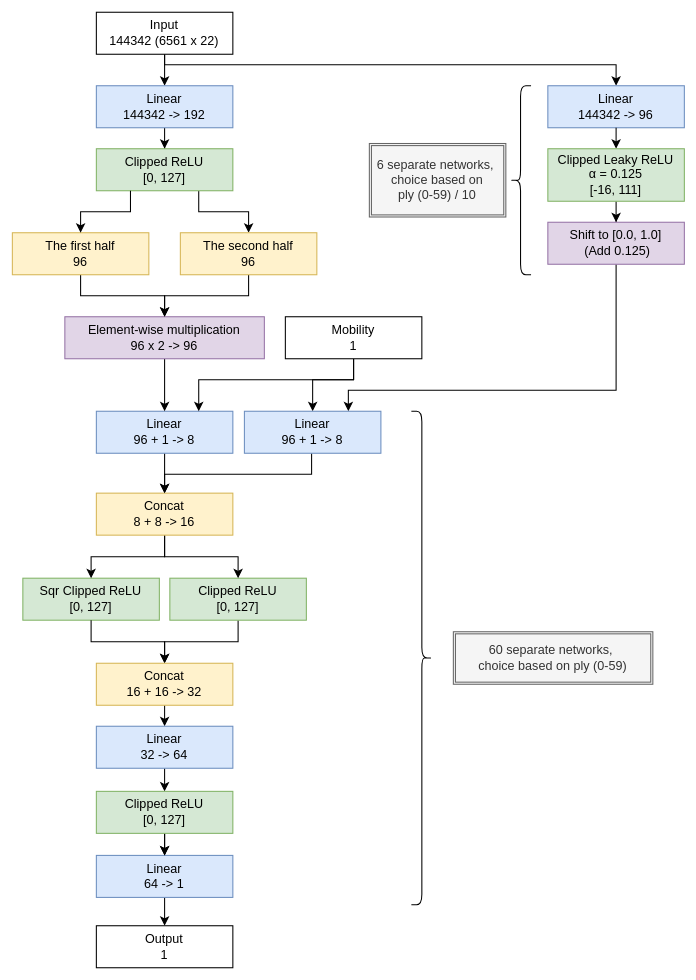
Before: docs/img/nn_architecture.svg, a diagram exported from draw.io (natsutteatsuiyone/neural-reversi). Source tidied: cells renumbered, new cells last; positions are measured from the earlier drawing's top-left corner, leaving out a move shared by most shapes.
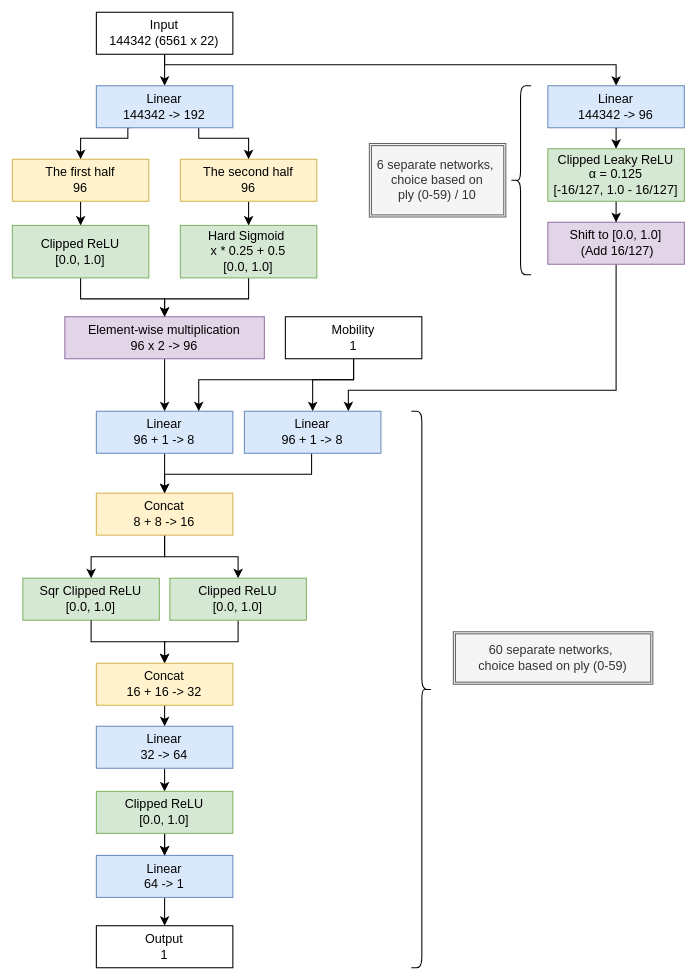
The same diagram one commit later.

Commit message:
docs: Update architecture diagram

The edit, as a diff of the source:
```diff
@@ -37,7 +37,7 @@
       <mxGeometry x="80" y="680" width="130" height="40" as="geometry" />
     </mxCell>
     <mxCell id="11" style="shape=curlyBracket;whiteSpace=wrap;html=1;rounded=1;flipH=1;" parent="1" vertex="1">
-      <mxGeometry x="380" y="380" width="20" height="470" as="geometry" />
+      <mxGeometry x="380" y="380" width="20" height="530" as="geometry" />
     </mxCell>
     <mxCell id="12" value="60 separate networks,&amp;nbsp;&lt;div&gt;choice based on ply (0-59)&lt;/div&gt;" style="shape=ext;double=1;rounded=0;whiteSpace=wrap;html=1;fillColor=#f5f5f5;fontColor=#333333;strokeColor=#666666;" parent="1" vertex="1">
       <mxGeometry x="420" y="590" width="190" height="50" as="geometry" />
@@ -56,51 +56,56 @@
     <mxCell id="16" style="edgeStyle=orthogonalEdgeStyle;rounded=0;jettySize=auto;html=1;" parent="1" edge="1" source="17" target="14">
       <mxGeometry relative="1" as="geometry" />
     </mxCell>
-    <mxCell id="17" value="Clipped ReLU&lt;div&gt;[0, 127]&lt;/div&gt;" style="rounded=0;whiteSpace=wrap;html=1;fillColor=#d5e8d4;strokeColor=#82b366;" parent="1" vertex="1">
+    <mxCell id="17" value="Clipped ReLU&lt;div&gt;[0.0, 1.0]&lt;/div&gt;" style="rounded=0;whiteSpace=wrap;html=1;fillColor=#d5e8d4;strokeColor=#82b366;" parent="1" vertex="1">
       <mxGeometry x="80" y="742" width="130" height="40" as="geometry" />
     </mxCell>
-    <mxCell id="18" style="edgeStyle=orthogonalEdgeStyle;rounded=0;jettySize=auto;html=1;entryX=0.5;entryY=0;entryDx=0;entryDy=0;" parent="1" edge="1" source="19" target="21">
-      <mxGeometry relative="1" as="geometry" />
+    <mxCell id="18" style="edgeStyle=orthogonalEdgeStyle;rounded=0;jettySize=auto;html=1;entryX=0.5;entryY=0;entryDx=0;entryDy=0;exitX=0.25;exitY=1;exitDx=0;exitDy=0;" parent="1" edge="1" source="19" target="28">
+      <mxGeometry relative="1" as="geometry">
+        <Array as="points">
+          <mxPoint x="110" y="110" />
+          <mxPoint x="110" y="120" />
+          <mxPoint x="65" y="120" />
+        </Array>
+      </mxGeometry>
     </mxCell>
+    <mxCell id="51" style="edgeStyle=orthogonalEdgeStyle;rounded=0;jettySize=auto;html=1;exitX=0.75;exitY=1;exitDx=0;exitDy=0;" parent="1" edge="1" source="19" target="30">
+      <mxGeometry relative="1" as="geometry">
+        <Array as="points">
+          <mxPoint x="178" y="120" />
+          <mxPoint x="225" y="120" />
+        </Array>
+      </mxGeometry>
+    </mxCell>
     <mxCell id="19" value="Linear&lt;br&gt;144342 -&amp;gt; 192" style="rounded=0;whiteSpace=wrap;html=1;fillColor=#dae8fc;strokeColor=#6c8ebf;" parent="1" vertex="1">
       <mxGeometry x="80" y="70" width="130" height="40" as="geometry" />
     </mxCell>
-    <mxCell id="20" style="edgeStyle=orthogonalEdgeStyle;rounded=0;jettySize=auto;html=1;entryX=0.5;entryY=0;entryDx=0;entryDy=0;exitX=0.75;exitY=1;exitDx=0;exitDy=0;" parent="1" edge="1" source="21" target="30">
-      <mxGeometry relative="1" as="geometry" />
-    </mxCell>
-    <mxCell id="21" value="Clipped ReLU&lt;div&gt;[0, 127]&lt;/div&gt;" style="rounded=0;whiteSpace=wrap;html=1;fillColor=#d5e8d4;strokeColor=#82b366;" parent="1" vertex="1">
-      <mxGeometry x="80" y="130" width="130" height="40" as="geometry" />
-    </mxCell>
     <mxCell id="22" style="edgeStyle=orthogonalEdgeStyle;rounded=0;jettySize=auto;html=1;exitX=0.5;exitY=1;exitDx=0;exitDy=0;entryX=0.5;entryY=0;entryDx=0;entryDy=0;" parent="1" edge="1" source="23" target="6">
       <mxGeometry relative="1" as="geometry" />
     </mxCell>
     <mxCell id="23" value="Element-wise multiplication&lt;div&gt;96 x 2 -&amp;gt; 96&lt;/div&gt;" style="rounded=0;whiteSpace=wrap;html=1;fillColor=#e1d5e7;strokeColor=#9673a6;" parent="1" vertex="1">
       <mxGeometry x="50" y="290" width="190" height="40" as="geometry" />
     </mxCell>
-    <mxCell id="24" value="Sqr Clipped ReLU&lt;div&gt;[0, 127]&lt;/div&gt;" style="rounded=0;whiteSpace=wrap;html=1;fillColor=#d5e8d4;strokeColor=#82b366;" parent="1" vertex="1">
+    <mxCell id="24" value="Sqr Clipped ReLU&lt;div&gt;[0.0, 1.0]&lt;/div&gt;" style="rounded=0;whiteSpace=wrap;html=1;fillColor=#d5e8d4;strokeColor=#82b366;" parent="1" vertex="1">
       <mxGeometry x="10" y="539" width="130" height="40" as="geometry" />
     </mxCell>
     <mxCell id="25" style="edgeStyle=orthogonalEdgeStyle;rounded=0;jettySize=auto;html=1;entryX=0.5;entryY=0;entryDx=0;entryDy=0;" parent="1" edge="1" source="26" target="48">
       <mxGeometry relative="1" as="geometry" />
     </mxCell>
-    <mxCell id="26" value="Clipped ReLU&lt;div&gt;[0, 127]&lt;/div&gt;" style="rounded=0;whiteSpace=wrap;html=1;fillColor=#d5e8d4;strokeColor=#82b366;" parent="1" vertex="1">
+    <mxCell id="26" value="Clipped ReLU&lt;div&gt;[0.0, 1.0]&lt;/div&gt;" style="rounded=0;whiteSpace=wrap;html=1;fillColor=#d5e8d4;strokeColor=#82b366;" parent="1" vertex="1">
       <mxGeometry x="150" y="539" width="130" height="40" as="geometry" />
     </mxCell>
-    <mxCell id="27" style="edgeStyle=orthogonalEdgeStyle;rounded=0;jettySize=auto;html=1;" parent="1" edge="1" source="28" target="23">
-      <mxGeometry relative="1" as="geometry" />
-    </mxCell>
+    <mxCell id="52" style="edgeStyle=orthogonalEdgeStyle;rounded=0;jettySize=auto;html=1;exitX=0.5;exitY=1;exitDx=0;exitDy=0;entryX=0.5;entryY=0;entryDx=0;entryDy=0;" parent="1" edge="1" source="28" target="55">
+      <mxGeometry relative="1" as="geometry" />
+    </mxCell>
     <mxCell id="28" value="&lt;div&gt;The first half&lt;/div&gt;96" style="rounded=0;whiteSpace=wrap;html=1;fillColor=#fff2cc;strokeColor=#d6b656;" parent="1" vertex="1">
-      <mxGeometry y="210" width="130" height="40" as="geometry" />
+      <mxGeometry y="140" width="130" height="40" as="geometry" />
     </mxCell>
-    <mxCell id="29" style="edgeStyle=orthogonalEdgeStyle;rounded=0;jettySize=auto;html=1;entryX=0.5;entryY=0;entryDx=0;entryDy=0;" parent="1" edge="1" source="30" target="23">
-      <mxGeometry relative="1" as="geometry" />
-    </mxCell>
+    <mxCell id="53" style="edgeStyle=orthogonalEdgeStyle;rounded=0;jettySize=auto;html=1;entryX=0.5;entryY=0;entryDx=0;entryDy=0;" parent="1" edge="1" source="30" target="57">
+      <mxGeometry relative="1" as="geometry" />
+    </mxCell>
     <mxCell id="30" value="&lt;div&gt;The second half&lt;/div&gt;96" style="rounded=0;whiteSpace=wrap;html=1;fillColor=#fff2cc;strokeColor=#d6b656;" parent="1" vertex="1">
-      <mxGeometry x="160" y="210" width="130" height="40" as="geometry" />
+      <mxGeometry x="160" y="140" width="130" height="40" as="geometry" />
     </mxCell>
-    <mxCell id="31" style="edgeStyle=orthogonalEdgeStyle;rounded=0;jettySize=auto;html=1;entryX=0.5;entryY=0;entryDx=0;entryDy=0;exitX=0.25;exitY=1;exitDx=0;exitDy=0;" parent="1" edge="1" source="21" target="28">
-      <mxGeometry relative="1" as="geometry" />
-    </mxCell>
     <mxCell id="32" value="Linear&lt;br&gt;144342 -&amp;gt; 96" style="rounded=0;whiteSpace=wrap;html=1;fillColor=#dae8fc;strokeColor=#6c8ebf;" parent="1" vertex="1">
       <mxGeometry x="510" y="70" width="130" height="40" as="geometry" />
     </mxCell>
@@ -118,7 +123,7 @@
     <mxCell id="35" style="edgeStyle=orthogonalEdgeStyle;rounded=0;jettySize=auto;html=1;entryX=0.5;entryY=0;entryDx=0;entryDy=0;" parent="1" edge="1" source="36" target="50">
       <mxGeometry relative="1" as="geometry" />
     </mxCell>
-    <mxCell id="36" value="Clipped Leaky ReLU&lt;div&gt;α = 0.125&lt;br&gt;&lt;div&gt;[-16, 111]&lt;/div&gt;&lt;/div&gt;" style="rounded=0;whiteSpace=wrap;html=1;fillColor=#d5e8d4;strokeColor=#82b366;" parent="1" vertex="1">
+    <mxCell id="36" value="Clipped Leaky ReLU&lt;div&gt;α = 0.125&lt;br&gt;&lt;div&gt;[-16/127, 1.0 - 16/127]&lt;/div&gt;&lt;/div&gt;" style="rounded=0;whiteSpace=wrap;html=1;fillColor=#d5e8d4;strokeColor=#82b366;" parent="1" vertex="1">
       <mxGeometry x="510" y="130" width="130" height="50" as="geometry" />
     </mxCell>
     <mxCell id="37" style="shape=curlyBracket;whiteSpace=wrap;html=1;rounded=1;flipH=1;rotation=-180;" parent="1" vertex="1">
@@ -175,8 +180,20 @@
     <mxCell id="49" value="Output&lt;div&gt;1&lt;/div&gt;" style="rounded=0;whiteSpace=wrap;html=1;" parent="1" vertex="1">
       <mxGeometry x="80" y="870" width="130" height="40" as="geometry" />
     </mxCell>
-    <mxCell id="50" value="Shift to [0.0, 1.0]&lt;div&gt;&amp;nbsp;(Add 0.125)&lt;/div&gt;" style="rounded=0;whiteSpace=wrap;html=1;fillColor=#e1d5e7;strokeColor=#9673a6;" parent="1" vertex="1">
+    <mxCell id="50" value="Shift to [0.0, 1.0]&lt;div&gt;&amp;nbsp;(Add 16/127)&lt;/div&gt;" style="rounded=0;whiteSpace=wrap;html=1;fillColor=#e1d5e7;strokeColor=#9673a6;" parent="1" vertex="1">
       <mxGeometry x="510" y="200" width="130" height="40" as="geometry" />
     </mxCell>
+    <mxCell id="54" style="edgeStyle=orthogonalEdgeStyle;rounded=0;jettySize=auto;html=1;" parent="1" edge="1" source="55" target="23">
+      <mxGeometry relative="1" as="geometry" />
+    </mxCell>
+    <mxCell id="55" value="Clipped ReLU&lt;div&gt;[0.0, 1.0]&lt;/div&gt;" style="rounded=0;whiteSpace=wrap;html=1;fillColor=#d5e8d4;strokeColor=#82b366;" parent="1" vertex="1">
+      <mxGeometry y="203" width="130" height="50" as="geometry" />
+    </mxCell>
+    <mxCell id="56" style="edgeStyle=orthogonalEdgeStyle;rounded=0;jettySize=auto;html=1;" parent="1" edge="1" source="57" target="23">
+      <mxGeometry relative="1" as="geometry" />
+    </mxCell>
+    <mxCell id="57" value="Hard Sigmoid&amp;nbsp;&lt;div&gt;&lt;span style=&quot;background-color: transparent; color: light-dark(rgb(0, 0, 0), rgb(255, 255, 255));&quot;&gt;x * 0.25 + 0.5&lt;/span&gt;&lt;div&gt;&lt;div&gt;[0.0, 1.0]&lt;/div&gt;&lt;/div&gt;&lt;/div&gt;" style="rounded=0;whiteSpace=wrap;html=1;fillColor=#d5e8d4;strokeColor=#82b366;" parent="1" vertex="1">
+      <mxGeometry x="160" y="203" width="130" height="50" as="geometry" />
+    </mxCell>
   </root>
 </mxGraphModel>
```
